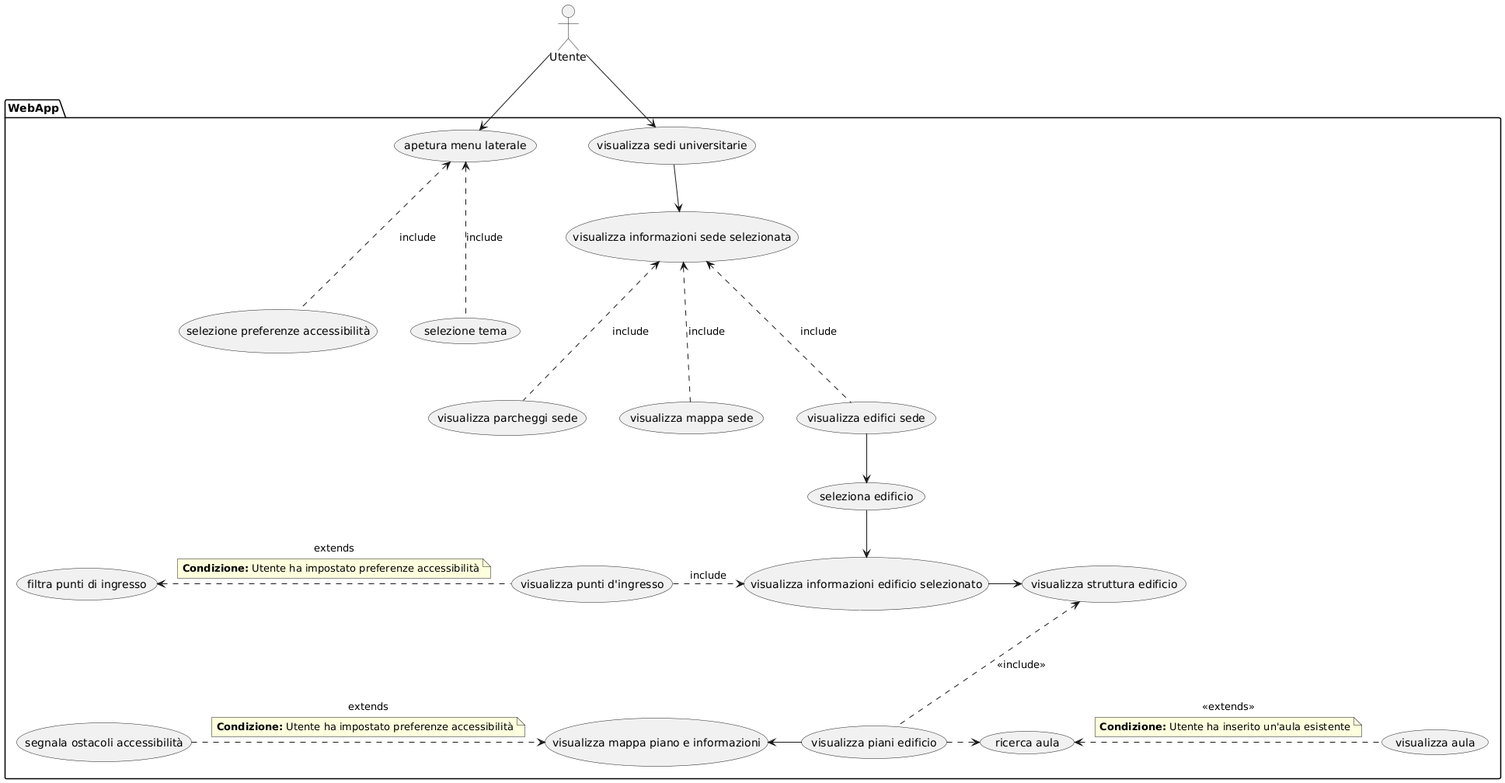
F-Bucci/AccessiBG keeps this PlantUML diagram as Diagrammi UML/Use Case/Use case Diagram.png. Above is the earlier version. Source of this version:
```plantuml
@startuml
:Utente: as Ut

package WebApp {
(apetura menu laterale) as (menu)
(selezione preferenze accessibilità) as (pref)
(selezione tema) as (tema)
(visualizza sedi universitarie) as (vSedi)
(visualizza informazioni sede selezionata) as (infoSede)
(visualizza parcheggi sede) as (park)
(visualizza mappa sede) as (mappasede)
(visualizza edifici sede) as (eSedi)
(seleziona edificio) as (sEdificio)
(visualizza informazioni edificio selezionato) as (vEdificio)
(visualizza punti d'ingresso) as (ingresso)
(filtra punti di ingresso) as (filtraingresso)
(visualizza struttura edificio) as (struttura)
(visualizza piani edificio) as (vPiani)
(visualizza mappa piano e informazioni) as (infoMappa)
(segnala ostacoli accessibilità) as (ost)
(ricerca aula) as (raula)
(visualizza aula) as (vaula)

(menu) <--. (pref) : include
(menu) <--. (tema) : include
(vSedi) -down-> (infoSede)
(infoSede) <--. (park) : include
(infoSede) <--. (mappasede) : include
(infoSede) <--. (eSedi) : include
(eSedi) --> (sEdificio)
(sEdificio) --> (vEdificio)
(vEdificio) <-left-. (ingresso) : include
(ingresso) -left-.> (filtraingresso) : extends

note on link
  **Condizione:** Utente ha impostato preferenze accessibilità
end note

(vEdificio) -right-> (struttura)
(struttura) <--. (vPiani) : <<include>>
(vPiani) -left-> (infoMappa)
(infoMappa) <-left-. (ost) :extends
note on link
  **Condizione:** Utente ha impostato preferenze accessibilità
end note
(vPiani) -right-.> (raula)
(raula) <-right-. (vaula) : <<extends>>
note on link
  **Condizione:** Utente ha inserito un'aula esistente
end note
}
Ut --> (vSedi)
Ut --> (menu)
@enduml
```
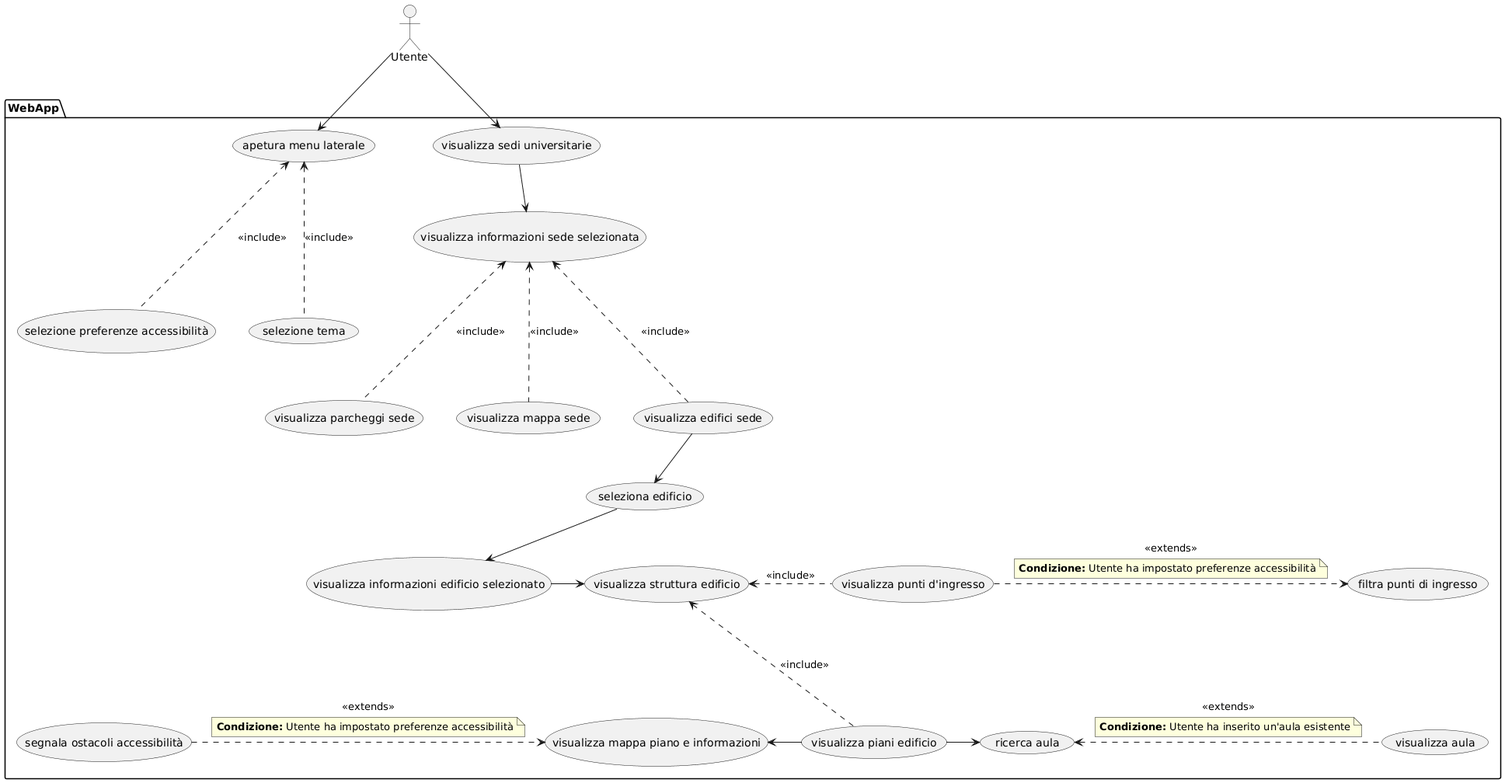
The same file after the commit.

Commit message:
Update use case diagram and PlantUML code

Updated the Use case Diagram.png and improved the PlantUML code in use case diagramm codice.txt by standardizing the use of <<include>> and <<extends>> stereotypes and correcting diagram relationships for clarity and consistency.

Change to the diagram source:
```diff
@@ -21,16 +21,16 @@
 (ricerca aula) as (raula)
 (visualizza aula) as (vaula)
 
-(menu) <--. (pref) : include
-(menu) <--. (tema) : include
+(menu) <--. (pref) : <<include>>
+(menu) <--. (tema) : <<include>>
 (vSedi) -down-> (infoSede)
-(infoSede) <--. (park) : include
-(infoSede) <--. (mappasede) : include
-(infoSede) <--. (eSedi) : include
+(infoSede) <--. (park) : <<include>>
+(infoSede) <--. (mappasede) : <<include>>
+(infoSede) <--. (eSedi) : <<include>>
 (eSedi) --> (sEdificio)
 (sEdificio) --> (vEdificio)
-(vEdificio) <-left-. (ingresso) : include
-(ingresso) -left-.> (filtraingresso) : extends
+(struttura) <-right-. (ingresso) : <<include>>
+(ingresso) -right-.> (filtraingresso) : <<extends>>
 
 note on link
   **Condizione:** Utente ha impostato preferenze accessibilità
@@ -39,11 +39,11 @@
 (vEdificio) -right-> (struttura)
 (struttura) <--. (vPiani) : <<include>>
 (vPiani) -left-> (infoMappa)
-(infoMappa) <-left-. (ost) :extends
+(infoMappa) <-left-. (ost) : <<extends>>
 note on link
   **Condizione:** Utente ha impostato preferenze accessibilità
 end note
-(vPiani) -right-.> (raula)
+(vPiani) -right-> (raula)
 (raula) <-right-. (vaula) : <<extends>>
 note on link
   **Condizione:** Utente ha inserito un'aula esistente
```
